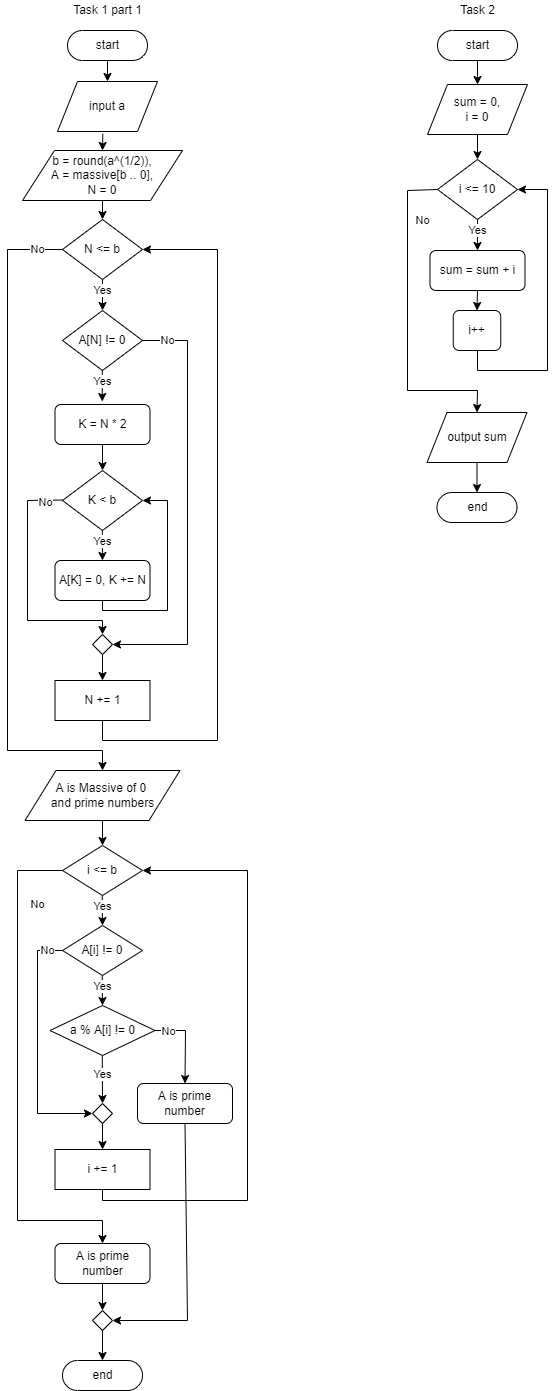
RozaBlack/algoritms keeps this draw.io diagram as homework2/task1.1.drawio.png. Above is the earlier version. Source tidied: cells renumbered, new cells last; positions are measured from the earlier drawing's top-left corner, leaving out a move shared by most shapes.
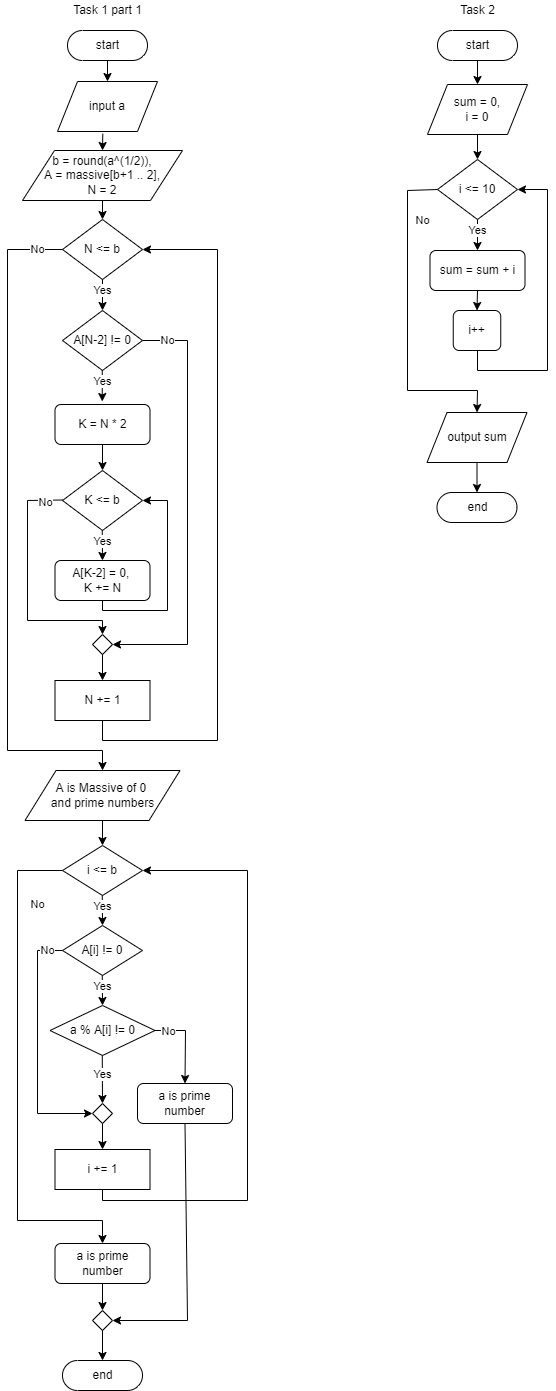
The same diagram one commit later.

Diff of the diagram source:
```diff
@@ -11,7 +11,7 @@
     <mxCell id="4" value="input a" style="shape=parallelogram;perimeter=parallelogramPerimeter;whiteSpace=wrap;html=1;dashed=0;" parent="1" vertex="1">
       <mxGeometry x="50" y="81" width="100" height="50" as="geometry" />
     </mxCell>
-    <mxCell id="5" value="b = round(a^(1/2)),&lt;br&gt;A = massive[b .. 0],&lt;br&gt;N = 0" style="shape=parallelogram;perimeter=parallelogramPerimeter;whiteSpace=wrap;html=1;dashed=0;" parent="1" vertex="1">
+    <mxCell id="5" value="b = round(a^(1/2)),&lt;br&gt;A = massive[b+1 .. 2],&lt;br&gt;N = 2" style="shape=parallelogram;perimeter=parallelogramPerimeter;whiteSpace=wrap;html=1;dashed=0;" parent="1" vertex="1">
       <mxGeometry x="15" y="150" width="160" height="50" as="geometry" />
     </mxCell>
     <mxCell id="6" value="N &amp;lt;= b" style="rhombus;whiteSpace=wrap;html=1;" parent="1" vertex="1">
@@ -41,7 +41,7 @@
         <mxPoint x="30" y="-281" as="offset" />
       </mxGeometry>
     </mxCell>
-    <mxCell id="11" value="A[N] != 0" style="rhombus;whiteSpace=wrap;html=1;" parent="1" vertex="1">
+    <mxCell id="11" value="A[N-2] != 0" style="rhombus;whiteSpace=wrap;html=1;" parent="1" vertex="1">
       <mxGeometry x="55" y="310" width="80" height="60" as="geometry" />
     </mxCell>
     <mxCell id="12" style="endArrow=classic;html=1;rounded=0;exitX=0.5;exitY=1;exitDx=0;exitDy=0;" parent="1" edge="1">
@@ -55,7 +55,7 @@
         <mxPoint y="-5" as="offset" />
       </mxGeometry>
     </mxCell>
-    <mxCell id="14" value="K &amp;lt; b" style="rhombus;whiteSpace=wrap;html=1;" parent="1" vertex="1">
+    <mxCell id="14" value="K &amp;lt;= b" style="rhombus;whiteSpace=wrap;html=1;" parent="1" vertex="1">
       <mxGeometry x="55" y="470" width="80" height="60" as="geometry" />
     </mxCell>
     <mxCell id="15" style="endArrow=classic;html=1;rounded=0;exitX=0;exitY=0.5;exitDx=0;exitDy=0;entryX=0.5;entryY=0;entryDx=0;entryDy=0;" parent="1" edge="1" target="21">
@@ -86,7 +86,7 @@
     <mxCell id="19" value="&lt;span&gt;K = N * 2&lt;/span&gt;" style="rounded=1;whiteSpace=wrap;html=1;" parent="1" vertex="1">
       <mxGeometry x="47.5" y="404" width="95" height="40" as="geometry" />
     </mxCell>
-    <mxCell id="20" value="&lt;span&gt;A[K] = 0, K += N&lt;/span&gt;" style="rounded=1;whiteSpace=wrap;html=1;" parent="1" vertex="1">
+    <mxCell id="20" value="&lt;span&gt;A[K-2] = 0, &lt;br&gt;K += N&lt;/span&gt;" style="rounded=1;whiteSpace=wrap;html=1;" parent="1" vertex="1">
       <mxGeometry x="47.5" y="560" width="95" height="40" as="geometry" />
     </mxCell>
     <mxCell id="21" style="rhombus;whiteSpace=wrap;html=1;" parent="1" vertex="1">
@@ -188,7 +188,7 @@
         <mxPoint x="20" y="-173" as="offset" />
       </mxGeometry>
     </mxCell>
-    <mxCell id="41" value="&lt;span&gt;A is prime number&lt;/span&gt;" style="rounded=1;whiteSpace=wrap;html=1;" parent="1" vertex="1">
+    <mxCell id="41" value="&lt;span&gt;a is prime number&lt;/span&gt;" style="rounded=1;whiteSpace=wrap;html=1;" parent="1" vertex="1">
       <mxGeometry x="47.5" y="1243" width="95" height="40" as="geometry" />
     </mxCell>
     <mxCell id="42" style="endArrow=classic;html=1;rounded=0;exitX=0.5;exitY=1;exitDx=0;exitDy=0;entryX=1;entryY=0.5;entryDx=0;entryDy=0;" parent="1" edge="1" source="35" target="36">
@@ -216,7 +216,7 @@
         </Array>
       </mxGeometry>
     </mxCell>
-    <mxCell id="46" value="&lt;span&gt;A is prime number&lt;/span&gt;" style="rounded=1;whiteSpace=wrap;html=1;" parent="1" vertex="1">
+    <mxCell id="46" value="&lt;span&gt;a is prime number&lt;/span&gt;" style="rounded=1;whiteSpace=wrap;html=1;" parent="1" vertex="1">
       <mxGeometry x="130" y="1083" width="95" height="40" as="geometry" />
     </mxCell>
     <mxCell id="47" style="endArrow=classic;html=1;rounded=0;exitX=1;exitY=0.5;exitDx=0;exitDy=0;entryX=0.5;entryY=0;entryDx=0;entryDy=0;" parent="1" edge="1" source="30" target="46">
```
